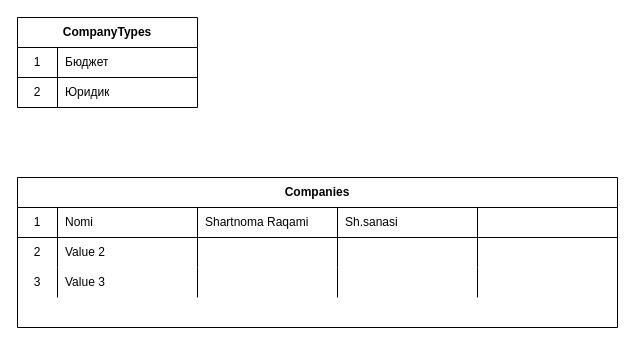
Above: TozaXudud.drawio in mrmelhay/Diagrams (draw.io), before the change. Source tidied: cells renumbered, new cells numbered last; positions are measured from the earlier drawing's top-left corner, leaving out a move shared by most shapes. Both pictures are drawn from the tidied source at 100%, with x=0, y=0 at pixel (17, 17).
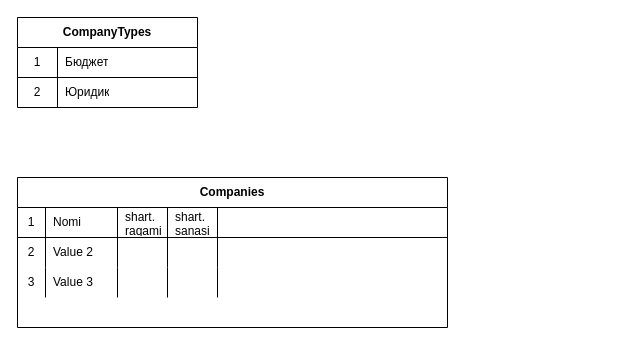
The same page after the edit.

The edit, as a diff of the source:
```diff
@@
     <mxCell id="9" value="Companies" style="shape=table;html=1;whiteSpace=wrap;startSize=30;childLayout=tableLayout;rowLines=0;fontStyle=1;align=center;" parent="1" vertex="1">
-      <mxGeometry y="160" width="600" height="150" as="geometry" />
+      <mxGeometry y="160" width="430" height="150" as="geometry" />
     </mxCell>
     <mxCell id="10" style="shape=partialRectangle;html=1;whiteSpace=wrap;fillColor=none;top=0;left=0;bottom=1;right=0;" parent="9" vertex="1">
-      <mxGeometry y="30" width="600" height="30" as="geometry" />
+      <mxGeometry y="30" width="430" height="30" as="geometry" />
     </mxCell>
     <mxCell id="11" value="1" style="shape=partialRectangle;html=1;whiteSpace=wrap;fillColor=none;top=0;left=0;bottom=0;right=0;overflow=hidden;" parent="10" vertex="1">
-      <mxGeometry width="40" height="30" as="geometry" />
+      <mxGeometry width="28" height="30" as="geometry" />
     </mxCell>
     <mxCell id="12" value="Nomi" style="shape=partialRectangle;html=1;whiteSpace=wrap;fillColor=none;top=0;left=0;bottom=0;right=0;align=left;spacingLeft=6;overflow=hidden;" parent="10" vertex="1">
-      <mxGeometry x="40" width="140" height="30" as="geometry" />
+      <mxGeometry x="28" width="72" height="30" as="geometry" />
     </mxCell>
-    <mxCell id="13" value="Shartnoma Raqami" style="shape=partialRectangle;html=1;whiteSpace=wrap;fillColor=none;top=0;left=0;bottom=0;right=0;align=left;spacingLeft=6;overflow=hidden;" parent="10" vertex="1">
-      <mxGeometry x="180" width="140" height="30" as="geometry" />
+    <mxCell id="13" value="shart. raqami" style="shape=partialRectangle;html=1;whiteSpace=wrap;fillColor=none;top=0;left=0;bottom=0;right=0;align=left;spacingLeft=6;overflow=hidden;" parent="10" vertex="1">
+      <mxGeometry x="100" width="50" height="30" as="geometry" />
     </mxCell>
-    <mxCell id="14" value="Sh.sanasi" style="shape=partialRectangle;html=1;whiteSpace=wrap;fillColor=none;top=0;left=0;bottom=0;right=0;align=left;spacingLeft=6;overflow=hidden;" parent="10" vertex="1">
-      <mxGeometry x="320" width="140" height="30" as="geometry" />
+    <mxCell id="14" value="shart.&lt;br&gt;sanasi" style="shape=partialRectangle;html=1;whiteSpace=wrap;fillColor=none;top=0;left=0;bottom=0;right=0;align=left;spacingLeft=6;overflow=hidden;" parent="10" vertex="1">
+      <mxGeometry x="150" width="50" height="30" as="geometry" />
     </mxCell>
     <mxCell id="15" style="shape=partialRectangle;html=1;whiteSpace=wrap;fillColor=none;top=0;left=0;bottom=0;right=0;align=left;spacingLeft=6;overflow=hidden;" parent="10" vertex="1">
-      <mxGeometry x="460" width="140" height="30" as="geometry" />
+      <mxGeometry x="200" width="230" height="30" as="geometry" />
     </mxCell>
     <mxCell id="16" style="shape=partialRectangle;html=1;whiteSpace=wrap;fillColor=none;top=0;left=0;bottom=0;right=0;" parent="9" vertex="1">
-      <mxGeometry y="60" width="600" height="30" as="geometry" />
+      <mxGeometry y="60" width="430" height="30" as="geometry" />
     </mxCell>
     <mxCell id="17" value="2" style="shape=partialRectangle;html=1;whiteSpace=wrap;fillColor=none;top=0;left=0;bottom=0;right=0;overflow=hidden;" parent="16" vertex="1">
-      <mxGeometry width="40" height="30" as="geometry" />
+      <mxGeometry width="28" height="30" as="geometry" />
     </mxCell>
     <mxCell id="18" value="Value 2" style="shape=partialRectangle;html=1;whiteSpace=wrap;fillColor=none;top=0;left=0;bottom=0;right=0;align=left;spacingLeft=6;overflow=hidden;" parent="16" vertex="1">
-      <mxGeometry x="40" width="140" height="30" as="geometry" />
+      <mxGeometry x="28" width="72" height="30" as="geometry" />
     </mxCell>
     <mxCell id="19" style="shape=partialRectangle;html=1;whiteSpace=wrap;fillColor=none;top=0;left=0;bottom=0;right=0;align=left;spacingLeft=6;overflow=hidden;" parent="16" vertex="1">
-      <mxGeometry x="180" width="140" height="30" as="geometry" />
+      <mxGeometry x="100" width="50" height="30" as="geometry" />
     </mxCell>
     <mxCell id="20" style="shape=partialRectangle;html=1;whiteSpace=wrap;fillColor=none;top=0;left=0;bottom=0;right=0;align=left;spacingLeft=6;overflow=hidden;" parent="16" vertex="1">
-      <mxGeometry x="320" width="140" height="30" as="geometry" />
+      <mxGeometry x="150" width="50" height="30" as="geometry" />
     </mxCell>
     <mxCell id="21" style="shape=partialRectangle;html=1;whiteSpace=wrap;fillColor=none;top=0;left=0;bottom=0;right=0;align=left;spacingLeft=6;overflow=hidden;" parent="16" vertex="1">
-      <mxGeometry x="460" width="140" height="30" as="geometry" />
+      <mxGeometry x="200" width="230" height="30" as="geometry" />
     </mxCell>
     <mxCell id="22" style="shape=partialRectangle;html=1;whiteSpace=wrap;fillColor=none;top=0;left=0;bottom=0;right=0;" parent="9" vertex="1">
-      <mxGeometry y="90" width="600" height="30" as="geometry" />
+      <mxGeometry y="90" width="430" height="30" as="geometry" />
     </mxCell>
     <mxCell id="23" value="3" style="shape=partialRectangle;html=1;whiteSpace=wrap;fillColor=none;top=0;left=0;bottom=0;right=0;overflow=hidden;" parent="22" vertex="1">
-      <mxGeometry width="40" height="30" as="geometry" />
+      <mxGeometry width="28" height="30" as="geometry" />
     </mxCell>
     <mxCell id="24" value="Value 3" style="shape=partialRectangle;html=1;whiteSpace=wrap;fillColor=none;top=0;left=0;bottom=0;right=0;align=left;spacingLeft=6;overflow=hidden;" parent="22" vertex="1">
-      <mxGeometry x="40" width="140" height="30" as="geometry" />
+      <mxGeometry x="28" width="72" height="30" as="geometry" />
     </mxCell>
     <mxCell id="25" style="shape=partialRectangle;html=1;whiteSpace=wrap;fillColor=none;top=0;left=0;bottom=0;right=0;align=left;spacingLeft=6;overflow=hidden;" parent="22" vertex="1">
-      <mxGeometry x="180" width="140" height="30" as="geometry" />
+      <mxGeometry x="100" width="50" height="30" as="geometry" />
     </mxCell>
     <mxCell id="26" style="shape=partialRectangle;html=1;whiteSpace=wrap;fillColor=none;top=0;left=0;bottom=0;right=0;align=left;spacingLeft=6;overflow=hidden;" parent="22" vertex="1">
-      <mxGeometry x="320" width="140" height="30" as="geometry" />
+      <mxGeometry x="150" width="50" height="30" as="geometry" />
     </mxCell>
     <mxCell id="27" style="shape=partialRectangle;html=1;whiteSpace=wrap;fillColor=none;top=0;left=0;bottom=0;right=0;align=left;spacingLeft=6;overflow=hidden;" parent="22" vertex="1">
-      <mxGeometry x="460" width="140" height="30" as="geometry" />
+      <mxGeometry x="200" width="230" height="30" as="geometry" />
     </mxCell>
```
